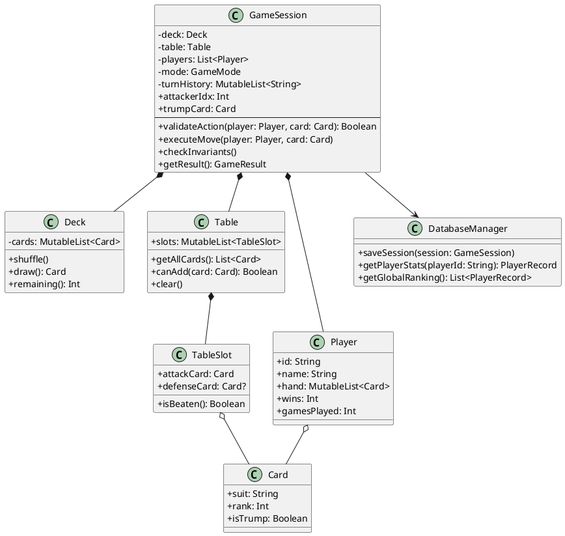
This is diagrams/diagram.png from MariiaByvalkina/kotlin_oop_case_practice, a PlantUML export, as it was before one commit. Source of this version:
```plantuml
@startuml
skinparam classAttributeIconSize 0

class Card {
    + suit: String
    + rank: Int
    + isTrump: Boolean
}

class Deck {
    - cards: MutableList<Card>
    + shuffle()
    + draw(): Card
    + remaining(): Int
}

class TableSlot {
    + attackCard: Card
    + defenseCard: Card?
    + isBeaten(): Boolean
}

class Table {
    + slots: MutableList<TableSlot>
    + getAllCards(): List<Card>
    + canAdd(card: Card): Boolean
    + clear()
}

class Player {
    + id: String
    + name: String
    + hand: MutableList<Card>
    + wins: Int
    + gamesPlayed: Int
}

class GameSession {
    - deck: Deck
    - table: Table
    - players: List<Player>
    - mode: GameMode
    - turnHistory: MutableList<String>
    + attackerIdx: Int
    + trumpCard: Card
    --
    + validateAction(player: Player, card: Card): Boolean
    + executeMove(player: Player, card: Card)
    + checkInvariants()
    + getResult(): GameResult
}

class DatabaseManager {
    + saveSession(session: GameSession)
    + getPlayerStats(playerId: String): PlayerRecord
    + getGlobalRanking(): List<PlayerRecord>
}

GameSession *-- Deck
GameSession *-- Table
GameSession *-- Player
GameSession --> DatabaseManager
Table *-- TableSlot
TableSlot o-- Card
Player o-- Card

@enduml
```
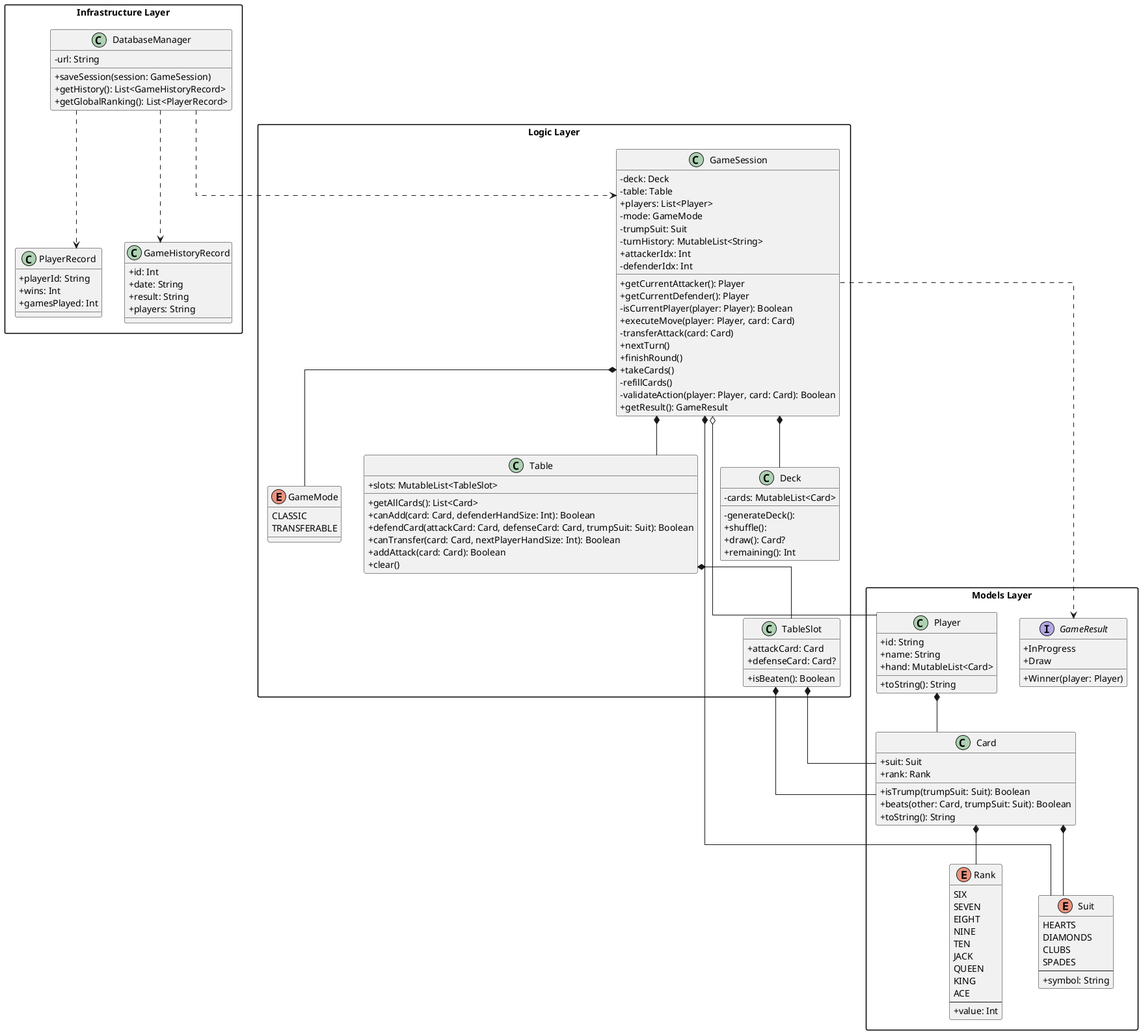
The same file after the commit.

Commit message:
replaced old class diagram

The edit, as a diff of the source:
```diff
@@ -1,67 +1,148 @@
 @startuml
 skinparam classAttributeIconSize 0
+skinparam monochrome false
+skinparam packageStyle rectangle
+skinparam linetype ortho
 
-class Card {
-    + suit: String
-    + rank: Int
-    + isTrump: Boolean
+
+package "Models Layer" {
+    enum Suit {
+        HEARTS
+        DIAMONDS
+        CLUBS
+        SPADES
+        --
+        + symbol: String
+    }
+
+    enum Rank {
+        SIX
+        SEVEN
+        EIGHT
+        NINE
+        TEN
+        JACK
+        QUEEN
+        KING
+        ACE
+        --
+        + value: Int
+    }
+
+    class Card {
+        + suit: Suit
+        + rank: Rank
+        + isTrump(trumpSuit: Suit): Boolean
+        + beats(other: Card, trumpSuit: Suit): Boolean
+        + toString(): String
+    }
+
+    class Player {
+        + id: String
+        + name: String
+        + hand: MutableList<Card>
+        + toString(): String
+    }
+
+    interface GameResult {
+        + InProgress
+        + Draw
+        + Winner(player: Player)
+    }
 }
 
-class Deck {
-    - cards: MutableList<Card>
-    + shuffle()
-    + draw(): Card
-    + remaining(): Int
+package "Logic Layer" {
+    enum GameMode {
+        CLASSIC
+        TRANSFERABLE
+    }
+
+    class TableSlot {
+        + attackCard: Card
+        + defenseCard: Card?
+        + isBeaten(): Boolean
+    }
+
+    class Table {
+        + slots: MutableList<TableSlot>
+        + getAllCards(): List<Card>
+        + canAdd(card: Card, defenderHandSize: Int): Boolean
+        + defendCard(attackCard: Card, defenseCard: Card, trumpSuit: Suit): Boolean
+        + canTransfer(card: Card, nextPlayerHandSize: Int): Boolean
+        + addAttack(card: Card): Boolean
+        + clear()
+    }
+
+    class GameSession {
+        - deck: Deck
+        - table: Table
+        + players: List<Player>
+        - mode: GameMode
+        - trumpSuit: Suit
+        - turnHistory: MutableList<String>
+        + attackerIdx: Int
+        - defenderIdx: Int
+        + getCurrentAttacker(): Player
+        + getCurrentDefender(): Player
+        - isCurrentPlayer(player: Player): Boolean
+        + executeMove(player: Player, card: Card)
+        - transferAttack(card: Card)
+        + nextTurn()
+        + finishRound()
+        + takeCards()
+        - refillCards()
+        - validateAction(player: Player, card: Card): Boolean
+        + getResult(): GameResult
+    }
+
+    class Deck {
+        - cards: MutableList<Card>
+        - generateDeck():
+        + shuffle():
+        + draw(): Card?
+        + remaining(): Int
+    }
 }
 
-class TableSlot {
-    + attackCard: Card
-    + defenseCard: Card?
-    + isBeaten(): Boolean
+package "Infrastructure Layer" {
+    class DatabaseManager {
+        - url: String
+        + saveSession(session: GameSession)
+        + getHistory(): List<GameHistoryRecord>
+        + getGlobalRanking(): List<PlayerRecord>
+    }
+
+    class PlayerRecord {
+        + playerId: String
+        + wins: Int
+        + gamesPlayed: Int
+    }
+
+    class GameHistoryRecord {
+        + id: Int
+        + date: String
+        + result: String
+        + players: String
+    }
 }
 
-class Table {
-    + slots: MutableList<TableSlot>
-    + getAllCards(): List<Card>
-    + canAdd(card: Card): Boolean
-    + clear()
-}
+Card *-- Suit
+Card *-- Rank
+Player *-- Card
 
-class Player {
-    + id: String
-    + name: String
-    + hand: MutableList<Card>
-    + wins: Int
-    + gamesPlayed: Int
-}
+TableSlot *-- Card
+TableSlot *--  Card
+Table *-- TableSlot
 
-class GameSession {
-    - deck: Deck
-    - table: Table
-    - players: List<Player>
-    - mode: GameMode
-    - turnHistory: MutableList<String>
-    + attackerIdx: Int
-    + trumpCard: Card
-    --
-    + validateAction(player: Player, card: Card): Boolean
-    + executeMove(player: Player, card: Card)
-    + checkInvariants()
-    + getResult(): GameResult
-}
+GameSession  *-- Deck
+GameSession *-- Table
+GameSession o-- Player
+GameSession *-- GameMode
+GameSession *-- Suit
+GameSession ..> GameResult
 
-class DatabaseManager {
-    + saveSession(session: GameSession)
-    + getPlayerStats(playerId: String): PlayerRecord
-    + getGlobalRanking(): List<PlayerRecord>
-}
+DatabaseManager ..> GameSession
+DatabaseManager ..> PlayerRecord
+DatabaseManager ..> GameHistoryRecord
 
-GameSession *-- Deck
-GameSession *-- Table
-GameSession *-- Player
-GameSession --> DatabaseManager
-Table *-- TableSlot
-TableSlot o-- Card
-Player o-- Card
-
-@enduml
+@endum
```
